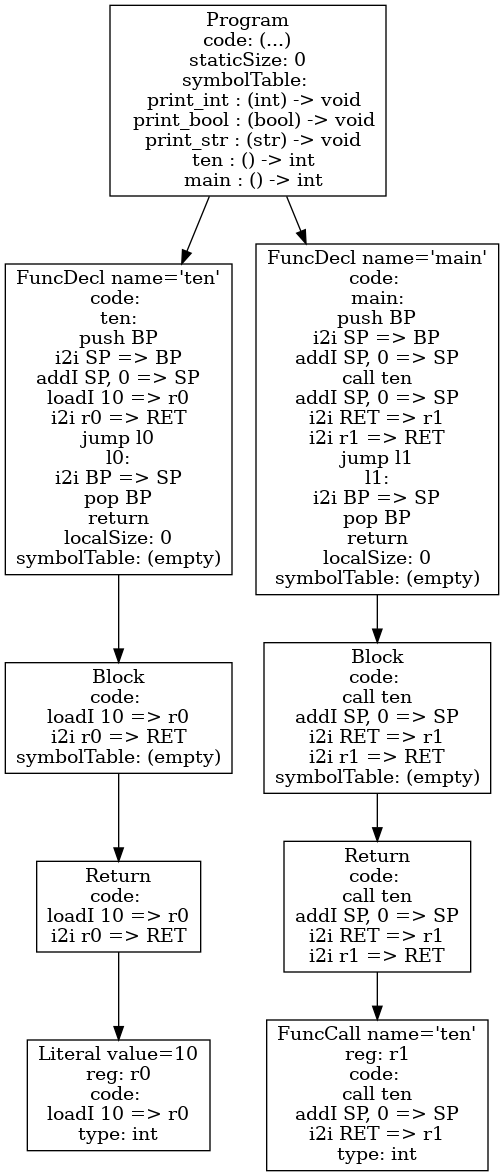
The Graphviz diagram p4-codegen/iloc-tree.png in dada1802/cs432-project, before a commit. Its source is kept beside it as p4-codegen/iloc-tree.dot.
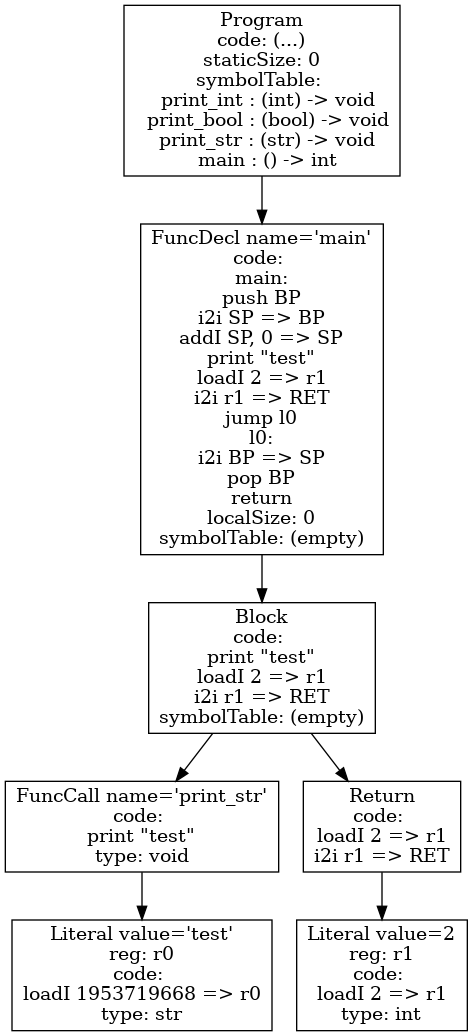
The same diagram one commit later.

Change to the diagram source:
```diff
@@ -1,19 +1,15 @@
 digraph AST {
-4 [shape=box, label="Literal value=10\nreg: r0\ncode: \nloadI 10 => r0\ntype: int"];
-3 [shape=box, label="Return\ncode: \nloadI 10 => r0\ni2i r0 => RET"];
+4 [shape=box, label="Literal value='test'\nreg: r0\ncode: \nloadI 1953719668 => r0\ntype: str"];
+3 [shape=box, label="FuncCall name='print_str'\ncode: \nprint \"test\"\ntype: void"];
 3 -> 4;
-2 [shape=box, label="Block\ncode: \nloadI 10 => r0\ni2i r0 => RET\nsymbolTable: (empty)"];
+6 [shape=box, label="Literal value=2\nreg: r1\ncode: \nloadI 2 => r1\ntype: int"];
+5 [shape=box, label="Return\ncode: \nloadI 2 => r1\ni2i r1 => RET"];
+5 -> 6;
+2 [shape=box, label="Block\ncode: \nprint \"test\"\nloadI 2 => r1\ni2i r1 => RET\nsymbolTable: (empty)"];
 2 -> 3;
-1 [shape=box, label="FuncDecl name='ten'\ncode: \nten:\npush BP\ni2i SP => BP\naddI SP, 0 => SP\nloadI 10 => r0\ni2i r0 => RET\njump l0\nl0:\ni2i BP => SP\npop BP\nreturn\nlocalSize: 0\nsymbolTable: (empty)"];
+2 -> 5;
+1 [shape=box, label="FuncDecl name='main'\ncode: \nmain:\npush BP\ni2i SP => BP\naddI SP, 0 => SP\nprint \"test\"\nloadI 2 => r1\ni2i r1 => RET\njump l0\nl0:\ni2i BP => SP\npop BP\nreturn\nlocalSize: 0\nsymbolTable: (empty)"];
 1 -> 2;
-8 [shape=box, label="FuncCall name='ten'\nreg: r1\ncode: \ncall ten\naddI SP, 0 => SP\ni2i RET => r1\ntype: int"];
-7 [shape=box, label="Return\ncode: \ncall ten\naddI SP, 0 => SP\ni2i RET => r1\ni2i r1 => RET"];
-7 -> 8;
-6 [shape=box, label="Block\ncode: \ncall ten\naddI SP, 0 => SP\ni2i RET => r1\ni2i r1 => RET\nsymbolTable: (empty)"];
-6 -> 7;
-5 [shape=box, label="FuncDecl name='main'\ncode: \nmain:\npush BP\ni2i SP => BP\naddI SP, 0 => SP\ncall ten\naddI SP, 0 => SP\ni2i RET => r1\ni2i r1 => RET\njump l1\nl1:\ni2i BP => SP\npop BP\nreturn\nlocalSize: 0\nsymbolTable: (empty)"];
-5 -> 6;
-0 [shape=box, label="Program\ncode: (...)\nstaticSize: 0\nsymbolTable: \n  print_int : (int) -> void\n  print_bool : (bool) -> void\n  print_str : (str) -> void\n  ten : () -> int\n  main : () -> int"];
+0 [shape=box, label="Program\ncode: (...)\nstaticSize: 0\nsymbolTable: \n  print_int : (int) -> void\n  print_bool : (bool) -> void\n  print_str : (str) -> void\n  main : () -> int"];
 0 -> 1;
-0 -> 5;
 }
```
